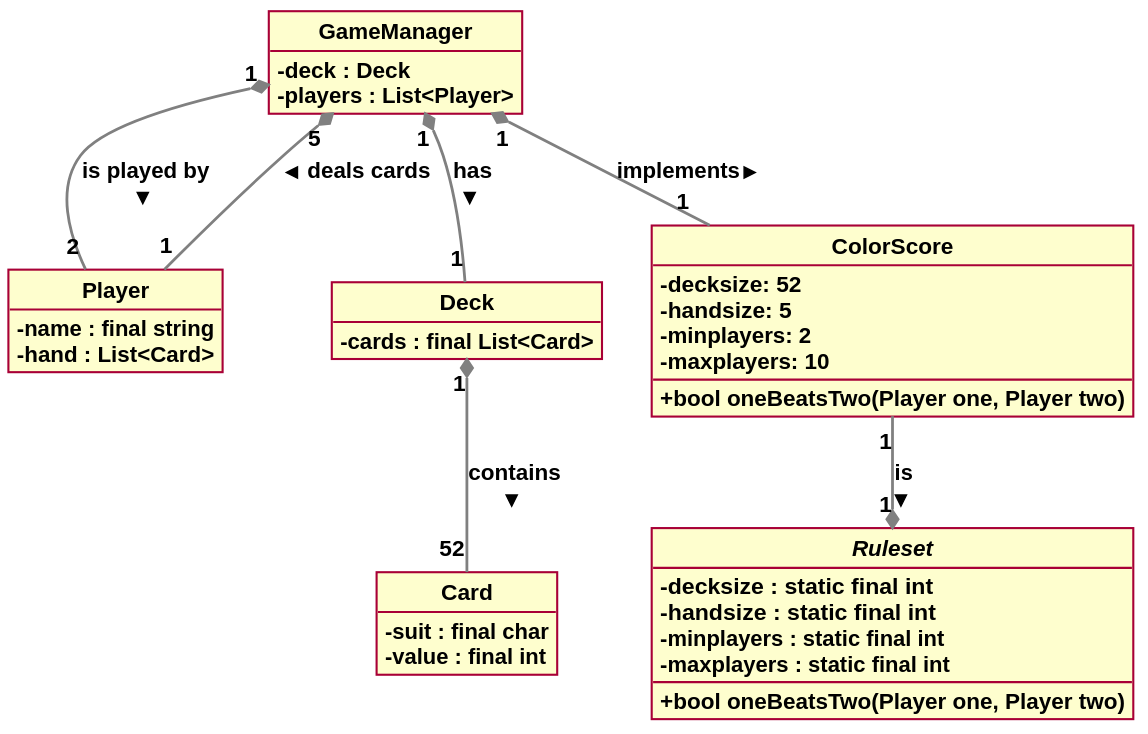
cdol/cardgame keeps this PlantUML diagram as out/sequence/CardGame.svg. Above is the earlier version. Source of this version:
```plantuml
@startuml CardGame

skinparam style strictuml
skinparam ClassAttributeIconSize 0
skinparam DefaultFontName Arial
skinparam DefaultFontSize 16
skinparam DefaultFontStyle bold
skinparam ArrowThickness 2
skinparam ArrowColor #gray
hide empty members


class GameManager
{
    -deck : Deck
    -players : List<Player>
}
GameManager "1" *-- "2" Player : is played by >
GameManager "1" *-- "1" Deck : has >
GameManager "5" *-- "1" Player : deals cards >
GameManager "1" *-- "1" ColorScore : implements >


abstract class Ruleset
{
    -decksize   : static final int
    -handsize   : static final int
    -minplayers : static final int
    -maxplayers : static final int
    +bool oneBeatsTwo(Player one, Player two)
}


class ColorScore
{
    -decksize: 52
    -handsize: 5
    -minplayers: 2
    -maxplayers: 10
    +bool oneBeatsTwo(Player one, Player two)
}
ColorScore "1" --* "1" Ruleset : is >


class Deck
{
    -cards : final List<Card>
}
Deck "1" *-- "52" Card : contains >


class Card
{
    -suit : final char
    -value : final int
}


class Player
{
    -name : final string
    -hand : List<Card>
}


@enduml
```
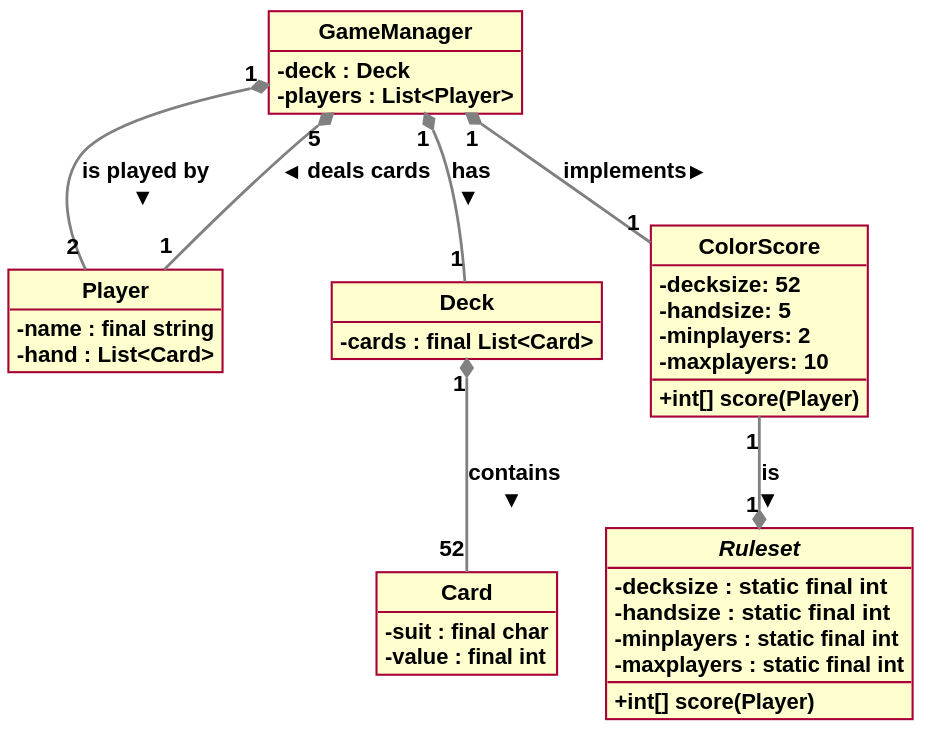
Later version of the same file.

Diff of the diagram source:
```diff
@@ -27,7 +27,7 @@
     -handsize   : static final int
     -minplayers : static final int
     -maxplayers : static final int
-    +bool oneBeatsTwo(Player one, Player two)
+    +int[] score(Player)
 }
 
 
@@ -37,7 +37,7 @@
     -handsize: 5
     -minplayers: 2
     -maxplayers: 10
-    +bool oneBeatsTwo(Player one, Player two)
+    +int[] score(Player)
 }
 ColorScore "1" --* "1" Ruleset : is >
 
```
